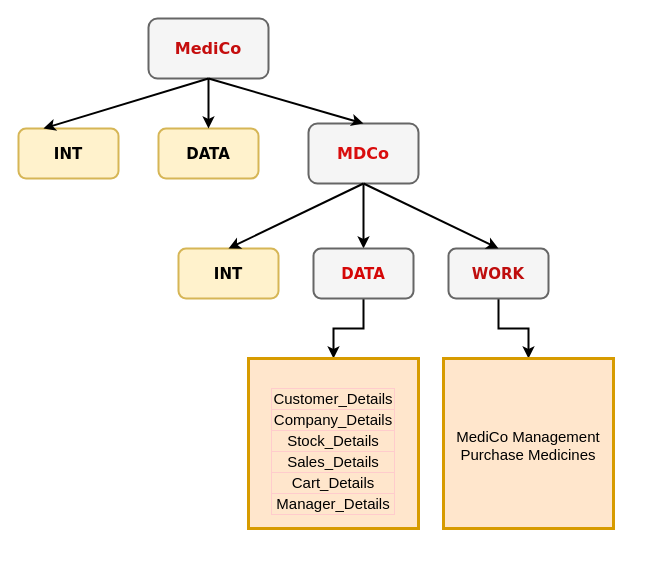
Above: prathyusha_pega.drawio in ChanumoluGayathri/System_Design (draw.io), before the change. Source tidied: cells renumbered, new cells numbered last; positions are measured from the earlier drawing's top-left corner, leaving out a move shared by most shapes. Both pictures are drawn from the tidied source at 100%, with x=0, y=0 at pixel (18, 18).
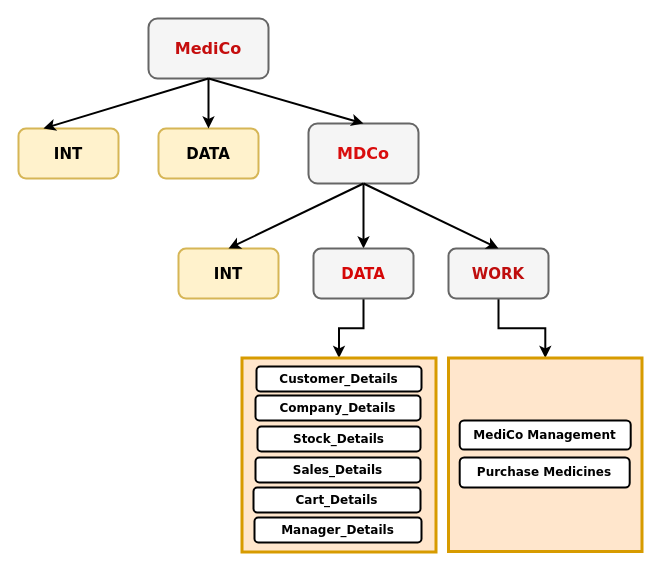
The same page after the edit.

The edit, as a diff of the source:
```diff
@@
-    <mxCell id="17" value="&lt;p style=&quot;line-height: 0%; font-size: 15px;&quot;&gt;&lt;/p&gt;&lt;table align=&quot;right&quot; style=&quot;border: 1px solid rgb(255, 204, 204); border-collapse: collapse; font-size: 15px;&quot; border=&quot;1&quot;&gt;&lt;tbody&gt;&lt;tr&gt;&lt;td&gt;&lt;font style=&quot;font-size: 15px;&quot;&gt;Customer_Details&lt;/font&gt;&lt;/td&gt;&lt;/tr&gt;&lt;tr&gt;&lt;td&gt;&lt;font style=&quot;font-size: 15px;&quot;&gt;Company_Details&lt;/font&gt;&lt;/td&gt;&lt;/tr&gt;&lt;tr&gt;&lt;td&gt;&lt;font style=&quot;font-size: 15px;&quot;&gt;Stock_Details&lt;/font&gt;&lt;/td&gt;&lt;/tr&gt;&lt;tr&gt;&lt;td&gt;&lt;font style=&quot;font-size: 15px;&quot;&gt;Sales_Details&lt;/font&gt;&lt;/td&gt;&lt;/tr&gt;&lt;tr&gt;&lt;td&gt;&lt;font style=&quot;font-size: 15px;&quot;&gt;Cart_Details&lt;/font&gt;&lt;/td&gt;&lt;/tr&gt;&lt;tr&gt;&lt;td&gt;&lt;font style=&quot;font-size: 15px;&quot;&gt;Manager_Details&lt;/font&gt;&lt;/td&gt;&lt;/tr&gt;&lt;/tbody&gt;&lt;/table&gt;&lt;p style=&quot;font-size: 15px;&quot;&gt;&lt;/p&gt;" style="whiteSpace=wrap;html=1;hachureGap=4;strokeWidth=3;fillColor=#ffe6cc;strokeColor=#d79b00;" parent="1" vertex="1">
-      <mxGeometry x="230" y="340" width="170" height="170" as="geometry" />
+    <mxCell id="17" value="&lt;p style=&quot;line-height: 0%; font-size: 15px;&quot;&gt;&lt;/p&gt;&lt;br&gt;&lt;p style=&quot;font-size: 15px;&quot;&gt;&lt;/p&gt;" style="whiteSpace=wrap;html=1;hachureGap=4;strokeWidth=3;fillColor=#ffe6cc;strokeColor=#d79b00;rounded=0;" parent="1" vertex="1">
+      <mxGeometry x="223.5" y="339.5" width="194" height="194" as="geometry" />
     </mxCell>
-    <mxCell id="18" value="&lt;p style=&quot;line-height: 130%; font-size: 16px;&quot;&gt;&lt;/p&gt;&lt;font style=&quot;font-size: 15px;&quot;&gt;MediCo Management&lt;br&gt;Purchase Medicines&lt;/font&gt;&lt;br&gt;&lt;p&gt;&lt;/p&gt;" style="whiteSpace=wrap;html=1;hachureGap=4;strokeWidth=3;fillColor=#ffe6cc;strokeColor=#d79b00;" parent="1" vertex="1">
-      <mxGeometry x="425" y="340" width="170" height="170" as="geometry" />
+    <mxCell id="18" value="&lt;p style=&quot;line-height: 130%; font-size: 16px;&quot;&gt;&lt;/p&gt;&lt;br&gt;&lt;p&gt;&lt;/p&gt;" style="whiteSpace=wrap;html=1;hachureGap=4;strokeWidth=3;fillColor=#ffe6cc;strokeColor=#d79b00;" parent="1" vertex="1">
+      <mxGeometry x="430" y="339.5" width="193.5" height="193.5" as="geometry" />
     </mxCell>
+    <mxCell id="19" value="&lt;font face=&quot;Verdana&quot;&gt;&lt;b&gt;Customer_Details&lt;/b&gt;&lt;/font&gt;" style="rounded=1;whiteSpace=wrap;html=1;hachureGap=4;strokeWidth=2;" parent="1" vertex="1">
+      <mxGeometry x="238" y="348" width="165" height="25" as="geometry" />
+    </mxCell>
+    <mxCell id="20" value="&lt;font face=&quot;Verdana&quot;&gt;&lt;b&gt;Company_Details&lt;/b&gt;&lt;/font&gt;" style="rounded=1;whiteSpace=wrap;html=1;hachureGap=4;strokeWidth=2;" parent="1" vertex="1">
+      <mxGeometry x="237" y="377" width="165" height="25" as="geometry" />
+    </mxCell>
+    <mxCell id="21" value="&lt;font face=&quot;Verdana&quot;&gt;&lt;b&gt;Stock_Details&lt;/b&gt;&lt;/font&gt;" style="rounded=1;whiteSpace=wrap;html=1;hachureGap=4;strokeWidth=2;" parent="1" vertex="1">
+      <mxGeometry x="239" y="408" width="163" height="25" as="geometry" />
+    </mxCell>
+    <mxCell id="22" value="&lt;font face=&quot;Verdana&quot;&gt;&lt;b&gt;Sales_Details&lt;/b&gt;&lt;/font&gt;" style="rounded=1;whiteSpace=wrap;html=1;hachureGap=4;strokeWidth=2;" parent="1" vertex="1">
+      <mxGeometry x="237" y="439" width="165" height="25" as="geometry" />
+    </mxCell>
+    <mxCell id="23" value="&lt;font face=&quot;Verdana&quot;&gt;&lt;b&gt;Cart_Details&lt;/b&gt;&lt;/font&gt;" style="rounded=1;whiteSpace=wrap;html=1;hachureGap=4;strokeWidth=2;" parent="1" vertex="1">
+      <mxGeometry x="235" y="469" width="167" height="25" as="geometry" />
+    </mxCell>
+    <mxCell id="24" value="&lt;font face=&quot;Verdana&quot;&gt;&lt;b&gt;Manager_Details&lt;/b&gt;&lt;/font&gt;" style="rounded=1;whiteSpace=wrap;html=1;hachureGap=4;strokeWidth=2;" parent="1" vertex="1">
+      <mxGeometry x="236" y="499" width="167" height="25" as="geometry" />
+    </mxCell>
+    <mxCell id="25" value="&lt;font size=&quot;1&quot; face=&quot;Verdana&quot; style=&quot;&quot;&gt;&lt;b style=&quot;font-size: 12px;&quot;&gt;MediCo Management&lt;/b&gt;&lt;/font&gt;" style="rounded=1;whiteSpace=wrap;html=1;hachureGap=4;strokeWidth=2;" parent="1" vertex="1">
+      <mxGeometry x="441.2" y="402" width="171" height="29" as="geometry" />
+    </mxCell>
+    <mxCell id="26" value="&lt;font face=&quot;Verdana&quot;&gt;&lt;b&gt;Purchase Medicines&lt;/b&gt;&lt;/font&gt;" style="rounded=1;whiteSpace=wrap;html=1;hachureGap=4;strokeWidth=2;" parent="1" vertex="1">
+      <mxGeometry x="441.2" y="439" width="170" height="30" as="geometry" />
+    </mxCell>
```
